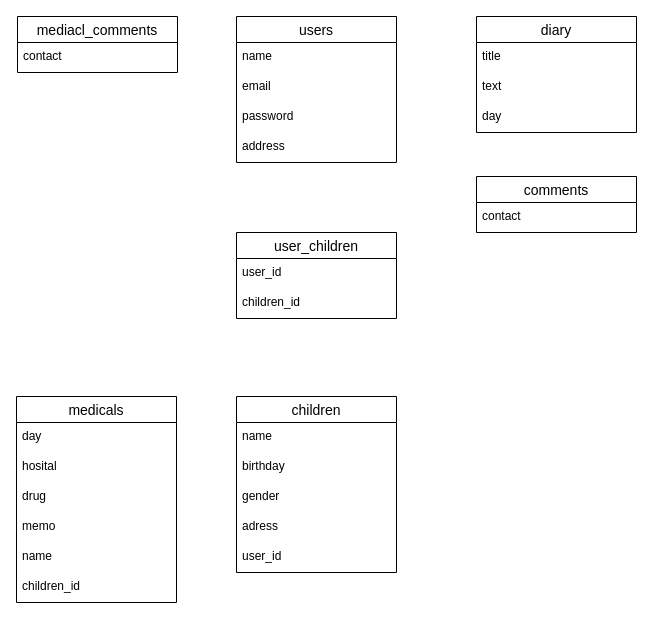
This is ER.dio from hiratatatsujiro/baby_app, a draw.io file, before an edit. Source tidied: cells renumbered, new cells numbered last; positions are measured from the earlier drawing's top-left corner, leaving out a move shared by most shapes. Both pictures are drawn from the tidied source at 100%, with x=0, y=0 at pixel (16, 16).
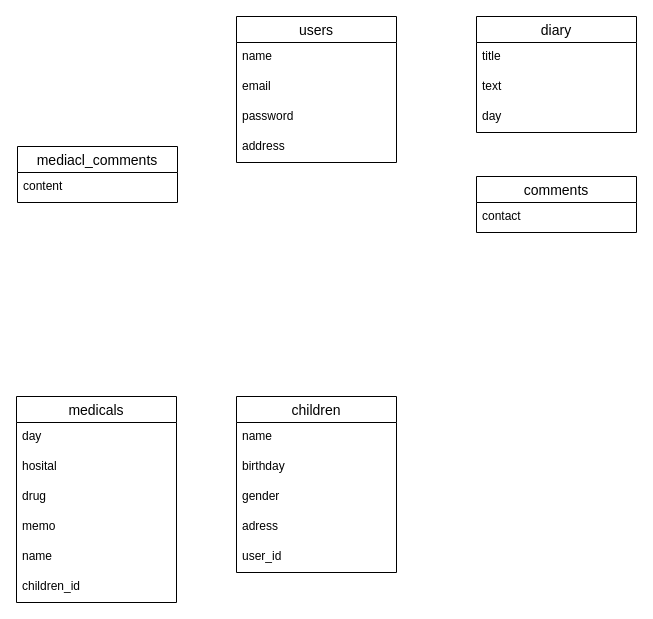
The same diagram, later.

The edit, as a diff of the source:
```diff
@@
     <mxCell id="20" value="mediacl_comments" style="swimlane;fontStyle=0;horizontal=1;startSize=26;align=center;fontSize=14;" parent="1" vertex="1">
-      <mxGeometry x="1" width="160" height="56" as="geometry" />
+      <mxGeometry x="1" y="130" width="160" height="56" as="geometry" />
     </mxCell>
-    <mxCell id="21" value="contact" style="text;strokeColor=none;fillColor=none;spacingLeft=4;spacingRight=4;overflow=hidden;fontSize=12;" parent="20" vertex="1">
+    <mxCell id="21" value="content" style="text;strokeColor=none;fillColor=none;spacingLeft=4;spacingRight=4;overflow=hidden;fontSize=12;" parent="20" vertex="1">
       <mxGeometry y="26" width="160" height="30" as="geometry" />
     </mxCell>
@@
-    <mxCell id="26" value="user_children" style="swimlane;fontStyle=0;horizontal=1;startSize=26;align=center;fontSize=14;" parent="1" vertex="1">
-      <mxGeometry x="220" y="216" width="160" height="86" as="geometry" />
-    </mxCell>
-    <mxCell id="27" value="user_id" style="text;strokeColor=none;fillColor=none;spacingLeft=4;spacingRight=4;overflow=hidden;fontSize=12;" parent="26" vertex="1">
-      <mxGeometry y="26" width="160" height="30" as="geometry" />
-    </mxCell>
-    <mxCell id="28" value="children_id" style="text;strokeColor=none;fillColor=none;spacingLeft=4;spacingRight=4;overflow=hidden;fontSize=12;" parent="26" vertex="1">
-      <mxGeometry y="56" width="160" height="30" as="geometry" />
-    </mxCell>
```
